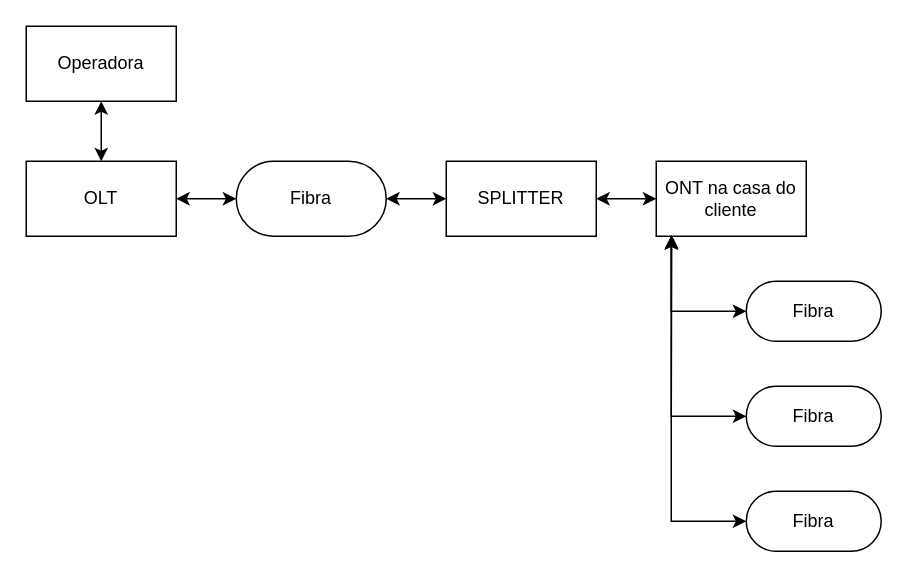
elielalvespinheiro/DIAGRAMAS keeps this draw.io diagram as Diagrama sem nome.drawio. Above is the earlier version. Source tidied: cells renumbered, new cells numbered last; positions are measured from the earlier drawing's top-left corner, leaving out a move shared by most shapes. Both pictures are drawn from the tidied source at 150%, with x=0, y=0 at pixel (26, 26).
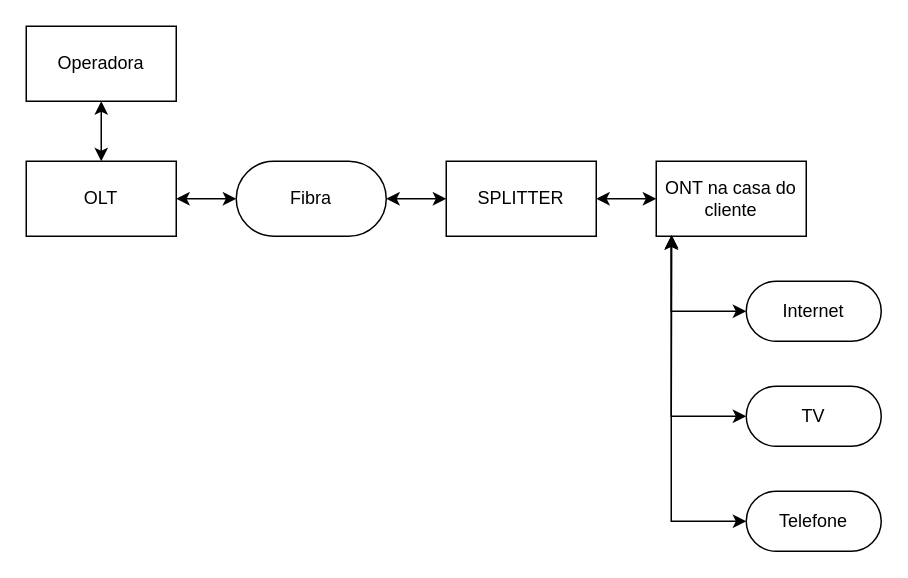
The same page after the edit.

Diff of the diagram source:
```diff
@@
-    <mxCell id="7" value="Fibra" style="rounded=1;whiteSpace=wrap;html=1;arcSize=50;" parent="1" vertex="1">
+    <mxCell id="7" value="Internet" style="rounded=1;whiteSpace=wrap;html=1;arcSize=50;" parent="1" vertex="1">
       <mxGeometry x="480" y="170" width="90" height="40" as="geometry" />
     </mxCell>
-    <mxCell id="8" value="Fibra" style="rounded=1;whiteSpace=wrap;html=1;arcSize=50;" parent="1" vertex="1">
+    <mxCell id="8" value="TV" style="rounded=1;whiteSpace=wrap;html=1;arcSize=50;" parent="1" vertex="1">
       <mxGeometry x="480" y="240" width="90" height="40" as="geometry" />
     </mxCell>
-    <mxCell id="9" value="Fibra" style="rounded=1;whiteSpace=wrap;html=1;arcSize=50;" parent="1" vertex="1">
+    <mxCell id="9" value="Telefone" style="rounded=1;whiteSpace=wrap;html=1;arcSize=50;" parent="1" vertex="1">
       <mxGeometry x="480" y="310" width="90" height="40" as="geometry" />
     </mxCell>
```
